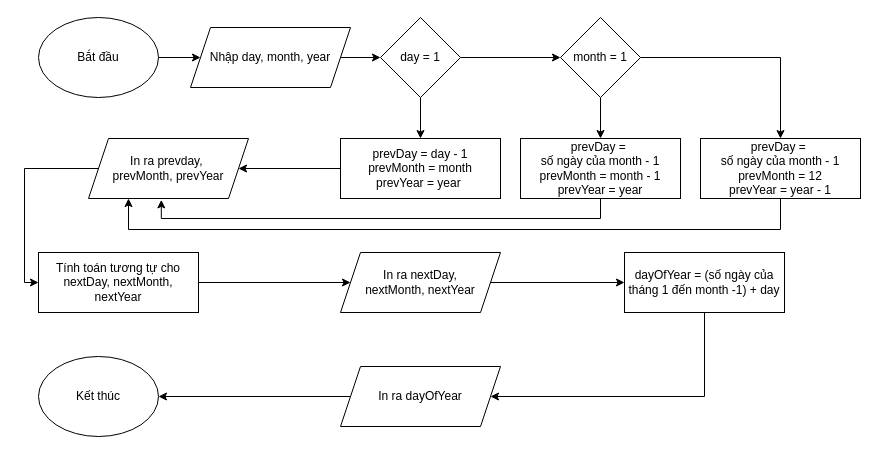
Before: page "Page-4" (4 of 5) of FlowChart2.drawio in miscitaofvh/IT002.Report.Lab1, a draw.io diagram. Source tidied: cells renumbered, new cells numbered last; positions are measured from the earlier drawing's top-left corner, leaving out a move shared by most shapes. Both pictures are drawn from the tidied source at 100%, with x=0, y=0 at pixel (24, 17).
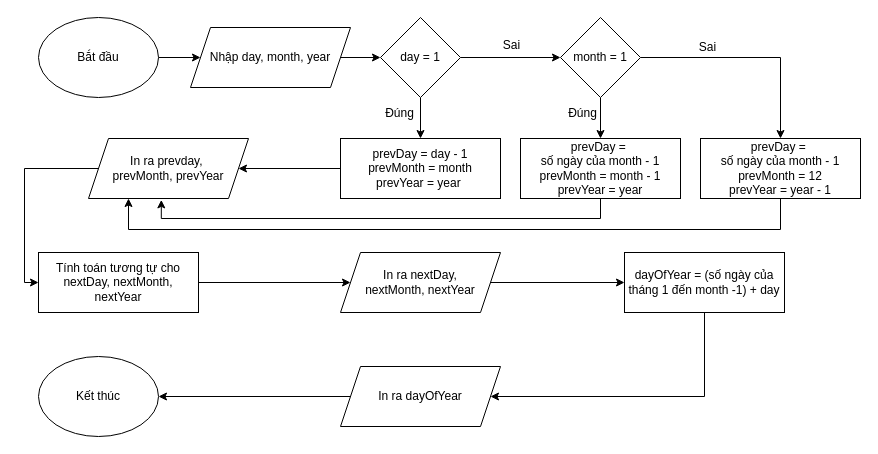
The same diagram, later.

Diff of the diagram source:
```diff
@@
+    <mxCell id="29" value="Sai" style="text;html=1;align=center;verticalAlign=middle;strokeColor=none;fillColor=none;" parent="1" vertex="1">
+      <mxGeometry x="469" y="15" width="35" height="26" as="geometry" />
+    </mxCell>
+    <mxCell id="30" value="Đúng" style="text;html=1;align=center;verticalAlign=middle;strokeColor=none;fillColor=none;" parent="1" vertex="1">
+      <mxGeometry x="351" y="83" width="47" height="26" as="geometry" />
+    </mxCell>
+    <mxCell id="31" value="Đúng" style="text;html=1;align=center;verticalAlign=middle;strokeColor=none;fillColor=none;" parent="1" vertex="1">
+      <mxGeometry x="534" y="83" width="47" height="26" as="geometry" />
+    </mxCell>
+    <mxCell id="32" value="Sai" style="text;html=1;align=center;verticalAlign=middle;strokeColor=none;fillColor=none;" parent="1" vertex="1">
+      <mxGeometry x="665" y="17" width="35" height="26" as="geometry" />
+    </mxCell>
```
